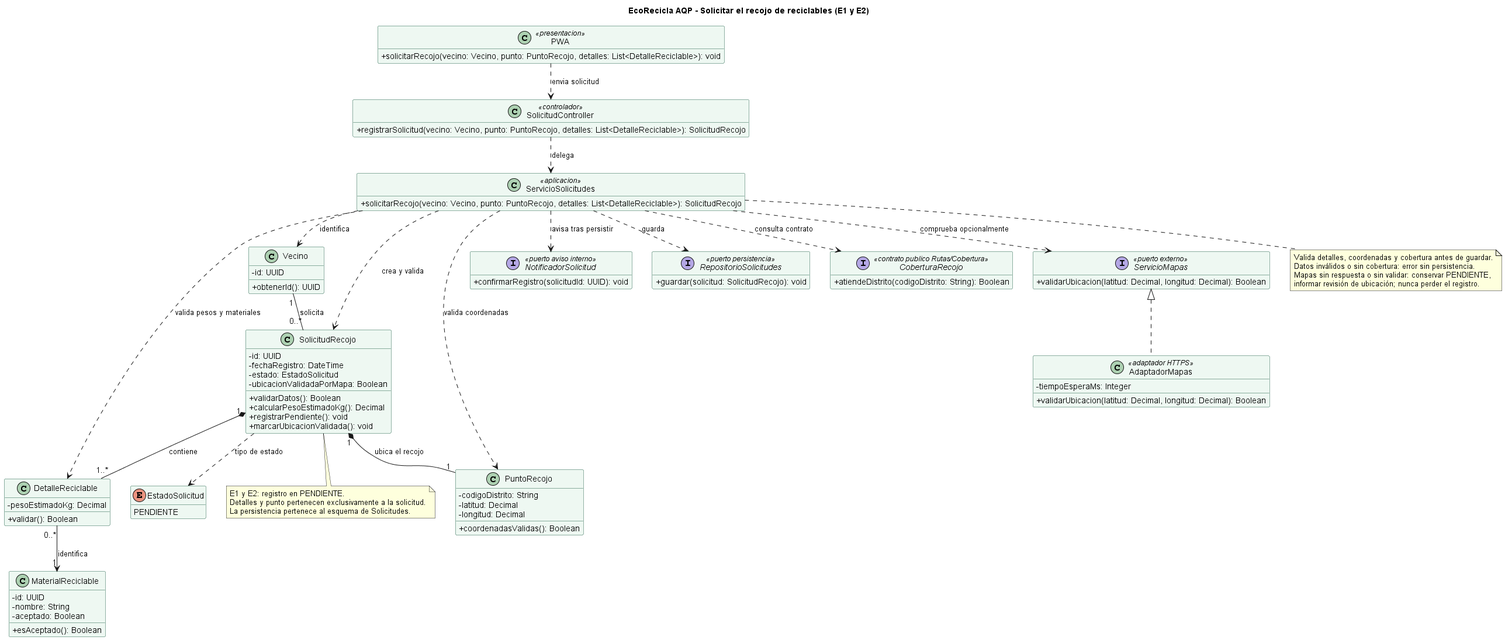
The PlantUML diagram docs/design/img/clases-solicitudes.png in SharonCondoriUNSA/cs-2026b-lab04-grupo10, before a commit.
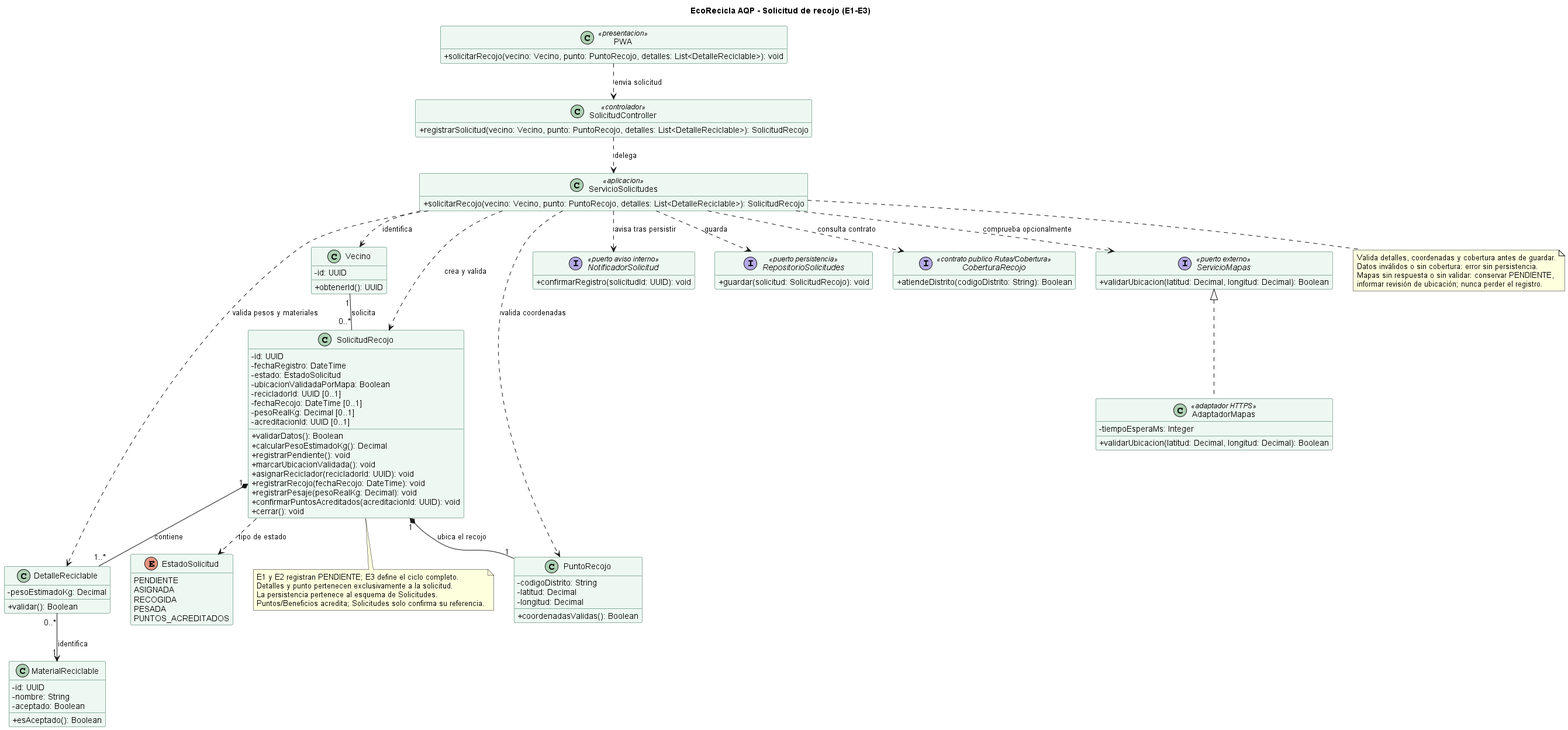
After the commit.

The edit, as a diff of the source:
```diff
@@ -1,5 +1,5 @@
 @startuml clases-solicitudes
-title EcoRecicla AQP - Solicitar el recojo de reciclables (E1 y E2)
+title EcoRecicla AQP - Solicitud de recojo (E1-E3)
 skinparam classAttributeIconSize 0
 skinparam shadowing false
 skinparam defaultFontName Arial
@@ -18,10 +18,19 @@
   - fechaRegistro: DateTime
   - estado: EstadoSolicitud
   - ubicacionValidadaPorMapa: Boolean
+  - recicladorId: UUID [0..1]
+  - fechaRecojo: DateTime [0..1]
+  - pesoRealKg: Decimal [0..1]
+  - acreditacionId: UUID [0..1]
   + validarDatos(): Boolean
   + calcularPesoEstimadoKg(): Decimal
   + registrarPendiente(): void
   + marcarUbicacionValidada(): void
+  + asignarReciclador(recicladorId: UUID): void
+  + registrarRecojo(fechaRecojo: DateTime): void
+  + registrarPesaje(pesoRealKg: Decimal): void
+  + confirmarPuntosAcreditados(acreditacionId: UUID): void
+  + cerrar(): void
 }
 class DetalleReciclable {
   - pesoEstimadoKg: Decimal
@@ -41,6 +50,10 @@
 }
 enum EstadoSolicitud {
   PENDIENTE
+  ASIGNADA
+  RECOGIDA
+  PESADA
+  PUNTOS_ACREDITADOS
 }
 class ServicioSolicitudes <<aplicacion>> {
   + solicitarRecojo(vecino: Vecino, punto: PuntoRecojo, detalles: List<DetalleReciclable>): SolicitudRecojo
@@ -92,8 +105,9 @@
   informar revisión de ubicación; nunca perder el registro.
 end note
 note bottom of SolicitudRecojo
-  E1 y E2: registro en PENDIENTE.
+  E1 y E2 registran PENDIENTE; E3 define el ciclo completo.
   Detalles y punto pertenecen exclusivamente a la solicitud.
   La persistencia pertenece al esquema de Solicitudes.
+  Puntos/Beneficios acredita; Solicitudes solo confirma su referencia.
 end note
 @enduml
```
